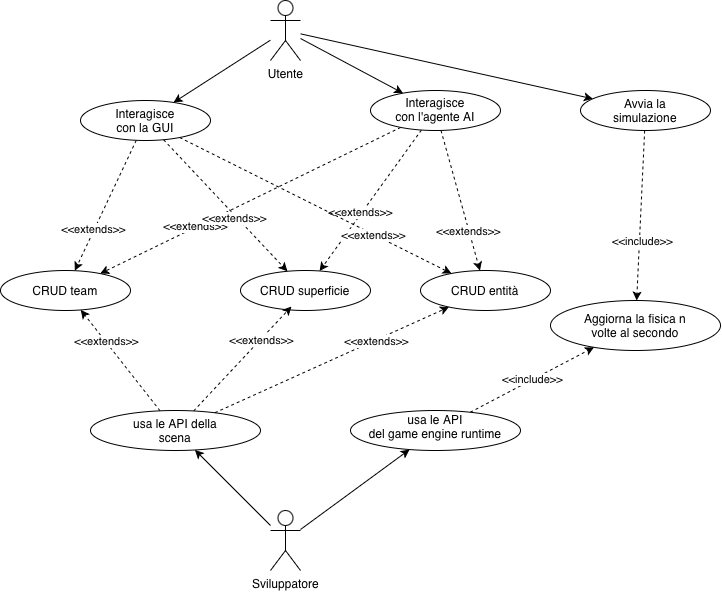
Caffeine-And-Code/PPS-26-monad-core keeps this draw.io diagram as docs/assets/monad_core_use_case_diagram.drawio.png. Above is the earlier version. Source tidied: cells renumbered, new cells last; positions are measured from the earlier drawing's top-left corner, leaving out a move shared by most shapes.
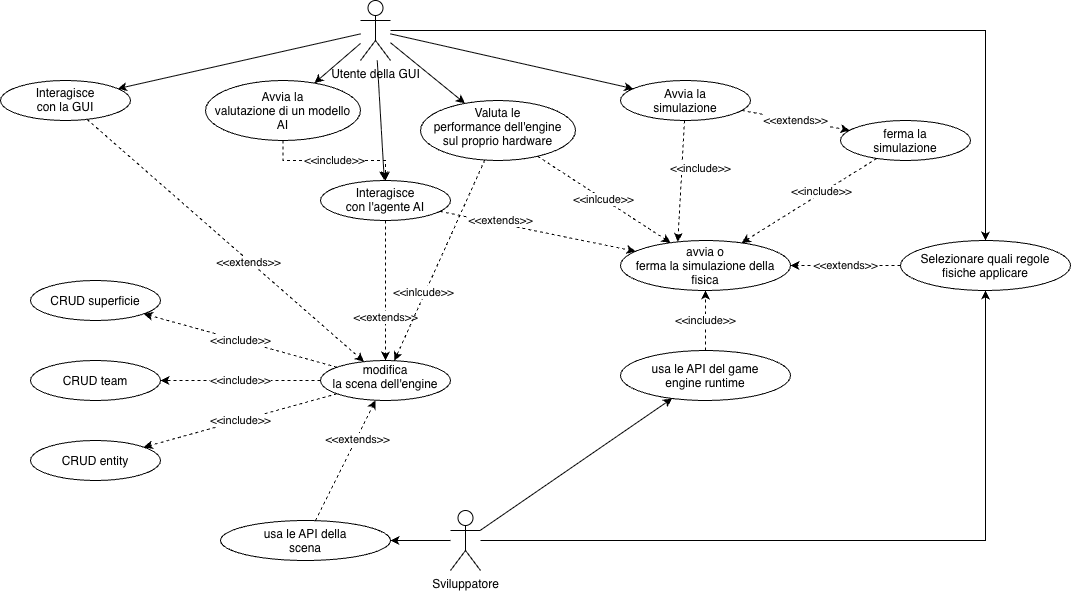
Later version of the same file.

Diff of the diagram source:
```diff
@@ -11,68 +11,57 @@
     <mxCell id="4" style="rounded=0;jettySize=auto;html=1;" parent="1" edge="1" source="5" target="25">
       <mxGeometry relative="1" as="geometry" />
     </mxCell>
+    <mxCell id="39" style="rounded=0;jettySize=auto;html=1;" parent="1" edge="1" source="5" target="47">
+      <mxGeometry relative="1" as="geometry" />
+    </mxCell>
+    <mxCell id="40" style="rounded=0;jettySize=auto;html=1;" parent="1" edge="1" source="5" target="45">
+      <mxGeometry relative="1" as="geometry" />
+    </mxCell>
+    <mxCell id="41" style="edgeStyle=orthogonalEdgeStyle;rounded=0;jettySize=auto;html=1;" parent="1" edge="1" source="5" target="55">
+      <mxGeometry relative="1" as="geometry" />
+    </mxCell>
-    <mxCell id="5" value="Utente" style="shape=umlActor;verticalLabelPosition=bottom;verticalAlign=top;html=1;outlineConnect=0;" parent="1" vertex="1">
+    <mxCell id="5" value="Utente della GUI" style="shape=umlActor;verticalLabelPosition=bottom;verticalAlign=top;html=1;outlineConnect=0;" parent="1" vertex="1">
       <mxGeometry x="270" width="30" height="60" as="geometry" />
     </mxCell>
-    <mxCell id="6" style="rounded=0;jettySize=auto;html=1;dashed=1;" parent="1" edge="1" source="12" target="13">
-      <mxGeometry relative="1" as="geometry" />
-    </mxCell>
-    <mxCell id="7" value="&amp;lt;&amp;lt;extends&amp;gt;&amp;gt;" style="edgeLabel;html=1;align=center;verticalAlign=middle;" parent="6" vertex="1">
-      <mxGeometry x="0.43" y="-1" relative="1" as="geometry" />
-    </mxCell>
-    <mxCell id="8" style="rounded=0;jettySize=auto;html=1;dashed=1;" parent="1" edge="1" source="12" target="14">
-      <mxGeometry relative="1" as="geometry" />
-    </mxCell>
-    <mxCell id="9" value="&amp;lt;&amp;lt;extends&amp;gt;&amp;gt;" style="edgeLabel;html=1;align=center;verticalAlign=middle;" parent="8" vertex="1">
-      <mxGeometry x="0.17" y="-2" relative="1" as="geometry" />
-    </mxCell>
-    <mxCell id="10" style="rounded=0;jettySize=auto;html=1;dashed=1;" parent="1" edge="1" source="12" target="15">
+    <mxCell id="10" style="rounded=0;jettySize=auto;html=1;dashed=1;" parent="1" edge="1" source="12" target="48">
       <mxGeometry relative="1" as="geometry" />
     </mxCell>
     <mxCell id="11" value="&amp;lt;&amp;lt;extends&amp;gt;&amp;gt;" style="edgeLabel;html=1;align=center;verticalAlign=middle;" parent="10" vertex="1">
       <mxGeometry x="0.37" y="-1" relative="1" as="geometry" />
     </mxCell>
+    <mxCell id="42" value="&amp;lt;&amp;lt;extends&amp;gt;&amp;gt;" style="rounded=0;jettySize=auto;html=1;dashed=1;" parent="1" edge="1" source="12" target="36">
+      <mxGeometry x="-0.39" y="3" relative="1" as="geometry" />
+    </mxCell>
     <mxCell id="12" value="Interagisce con l'agente AI" style="ellipse;whiteSpace=wrap;html=1;shapeInside=1;" parent="1" vertex="1">
-      <mxGeometry x="370" y="90" width="130" height="40" as="geometry" />
+      <mxGeometry x="230" y="180" width="130" height="40" as="geometry" />
     </mxCell>
-    <mxCell id="13" value="CRUD&amp;nbsp;entità" style="ellipse;whiteSpace=wrap;html=1;shapeInside=1;" parent="1" vertex="1">
-      <mxGeometry x="420" y="270" width="130" height="40" as="geometry" />
-    </mxCell>
     <mxCell id="14" value="CRUD&amp;nbsp;superficie" style="ellipse;whiteSpace=wrap;html=1;shapeInside=1;" parent="1" vertex="1">
-      <mxGeometry x="240" y="270" width="130" height="40" as="geometry" />
+      <mxGeometry x="-60" y="280" width="130" height="40" as="geometry" />
     </mxCell>
     <mxCell id="15" value="CRUD team" style="ellipse;whiteSpace=wrap;html=1;shapeInside=1;" parent="1" vertex="1">
-      <mxGeometry y="270" width="130" height="40" as="geometry" />
+      <mxGeometry x="-60" y="360" width="130" height="40" as="geometry" />
     </mxCell>
-    <mxCell id="16" style="rounded=0;jettySize=auto;html=1;dashed=1;" parent="1" edge="1" source="22" target="13">
-      <mxGeometry relative="1" as="geometry" />
-    </mxCell>
-    <mxCell id="17" value="&amp;lt;&amp;lt;extends&amp;gt;&amp;gt;" style="edgeLabel;html=1;align=center;verticalAlign=middle;" parent="16" vertex="1">
-      <mxGeometry x="0.43" y="-1" relative="1" as="geometry" />
-    </mxCell>
-    <mxCell id="18" style="rounded=0;jettySize=auto;html=1;dashed=1;" parent="1" edge="1" source="22" target="14">
+    <mxCell id="18" style="rounded=0;jettySize=auto;html=1;dashed=1;" parent="1" edge="1" source="22" target="48">
       <mxGeometry relative="1" as="geometry" />
     </mxCell>
     <mxCell id="19" value="&amp;lt;&amp;lt;extends&amp;gt;&amp;gt;" style="edgeLabel;html=1;align=center;verticalAlign=middle;" parent="18" vertex="1">
       <mxGeometry x="0.17" y="-2" relative="1" as="geometry" />
     </mxCell>
-    <mxCell id="20" style="rounded=0;jettySize=auto;html=1;dashed=1;" parent="1" edge="1" source="22" target="15">
-      <mxGeometry relative="1" as="geometry" />
-    </mxCell>
-    <mxCell id="21" value="&amp;lt;&amp;lt;extends&amp;gt;&amp;gt;" style="edgeLabel;html=1;align=center;verticalAlign=middle;" parent="20" vertex="1">
-      <mxGeometry x="0.37" y="-1" relative="1" as="geometry" />
-    </mxCell>
     <mxCell id="22" value="Interagisce con la GUI" style="ellipse;whiteSpace=wrap;html=1;shapeInside=1;" parent="1" vertex="1">
-      <mxGeometry x="80" y="100" width="130" height="40" as="geometry" />
+      <mxGeometry x="-90" y="80" width="130" height="40" as="geometry" />
     </mxCell>
-    <mxCell id="23" style="rounded=0;jettySize=auto;html=1;dashed=1;" parent="1" edge="1" source="25" target="36">
-      <mxGeometry relative="1" as="geometry" />
+    <mxCell id="23" style="rounded=0;jettySize=auto;html=1;dashed=1;" parent="1" edge="1" source="25">
+      <mxGeometry relative="1" as="geometry">
+        <mxPoint x="587.3" y="241.4" as="targetPoint" />
+      </mxGeometry>
     </mxCell>
     <mxCell id="24" value="&amp;lt;&amp;lt;include&amp;gt;&amp;gt;" style="edgeLabel;html=1;align=center;verticalAlign=middle;" parent="23" vertex="1">
-      <mxGeometry x="0.29" y="3" relative="1" as="geometry" />
+      <mxGeometry x="0.29" y="3" relative="1" as="geometry">
+        <mxPoint x="17" y="-32" as="offset" />
+      </mxGeometry>
     </mxCell>
     <mxCell id="25" value="Avvia la simulazione" style="ellipse;whiteSpace=wrap;html=1;shapeInside=1;" parent="1" vertex="1">
-      <mxGeometry x="580" y="90" width="130" height="40" as="geometry" />
+      <mxGeometry x="530" y="80" width="130" height="40" as="geometry" />
     </mxCell>
     <mxCell id="26" style="rounded=0;jettySize=auto;html=1;" parent="1" edge="1" source="28" target="29">
       <mxGeometry relative="1" as="geometry" />
@@ -80,38 +69,79 @@
     <mxCell id="27" style="rounded=0;jettySize=auto;html=1;" parent="1" edge="1" source="28" target="38">
       <mxGeometry relative="1" as="geometry" />
     </mxCell>
+    <mxCell id="43" style="edgeStyle=orthogonalEdgeStyle;rounded=0;jettySize=auto;html=1;" parent="1" edge="1" source="28" target="55">
+      <mxGeometry relative="1" as="geometry" />
+    </mxCell>
     <mxCell id="28" value="Sviluppatore" style="shape=umlActor;verticalLabelPosition=bottom;verticalAlign=top;html=1;outlineConnect=0;" parent="1" vertex="1">
-      <mxGeometry x="270" y="510" width="30" height="60" as="geometry" />
+      <mxGeometry x="360" y="510" width="30" height="60" as="geometry" />
     </mxCell>
     <mxCell id="29" value="usa le API della scena" style="ellipse;whiteSpace=wrap;html=1;shapeInside=1;" parent="1" vertex="1">
-      <mxGeometry x="90" y="410" width="170" height="40" as="geometry" />
+      <mxGeometry x="130" y="520" width="170" height="40" as="geometry" />
     </mxCell>
-    <mxCell id="30" style="rounded=0;jettySize=auto;html=1;dashed=1;" parent="1" edge="1" source="29" target="15">
+    <mxCell id="30" style="rounded=0;jettySize=auto;html=1;dashed=1;" parent="1" edge="1" source="29" target="48">
       <mxGeometry relative="1" as="geometry" />
     </mxCell>
     <mxCell id="31" value="&amp;lt;&amp;lt;extends&amp;gt;&amp;gt;" style="edgeLabel;html=1;align=center;verticalAlign=middle;" parent="30" vertex="1">
       <mxGeometry x="0.37" y="-1" relative="1" as="geometry" />
     </mxCell>
-    <mxCell id="32" style="rounded=0;jettySize=auto;html=1;dashed=1;entryX=0.392;entryY=0.9;entryDx=0;entryDy=0;entryPerimeter=0;" parent="1" edge="1" source="29" target="14">
-      <mxGeometry relative="1" as="geometry" />
-    </mxCell>
-    <mxCell id="33" value="&amp;lt;&amp;lt;extends&amp;gt;&amp;gt;" style="edgeLabel;html=1;align=center;verticalAlign=middle;" parent="32" vertex="1">
-      <mxGeometry x="0.37" y="-1" relative="1" as="geometry" />
-    </mxCell>
-    <mxCell id="34" style="rounded=0;jettySize=auto;html=1;dashed=1;" parent="1" edge="1" source="29" target="13">
-      <mxGeometry relative="1" as="geometry" />
-    </mxCell>
-    <mxCell id="35" value="&amp;lt;&amp;lt;extends&amp;gt;&amp;gt;" style="edgeLabel;html=1;align=center;verticalAlign=middle;" parent="34" vertex="1">
-      <mxGeometry x="0.37" y="-1" relative="1" as="geometry" />
-    </mxCell>
-    <mxCell id="36" value="Aggiorna la fisica n volte al secondo" style="ellipse;whiteSpace=wrap;html=1;shapeInside=1;" parent="1" vertex="1">
-      <mxGeometry x="550" y="300" width="170" height="50" as="geometry" />
+    <mxCell id="36" value="avvia o ferma la simulazione della fisica" style="ellipse;whiteSpace=wrap;html=1;shapeInside=1;" parent="1" vertex="1">
+      <mxGeometry x="530" y="240" width="170" height="50" as="geometry" />
     </mxCell>
     <mxCell id="37" value="&amp;lt;&amp;lt;include&amp;gt;&amp;gt;" style="rounded=0;jettySize=auto;html=1;dashed=1;" parent="1" edge="1" source="38" target="36">
       <mxGeometry relative="1" as="geometry" />
     </mxCell>
     <mxCell id="38" value="usa le API del game engine runtime" style="ellipse;whiteSpace=wrap;html=1;shapeInside=1;" parent="1" vertex="1">
-      <mxGeometry x="350" y="410" width="170" height="40" as="geometry" />
+      <mxGeometry x="530" y="350" width="170" height="50" as="geometry" />
     </mxCell>
+    <mxCell id="44" value="&amp;lt;&amp;lt;include&amp;gt;&amp;gt;" style="edgeStyle=orthogonalEdgeStyle;rounded=0;jettySize=auto;html=1;dashed=1;" parent="1" edge="1" source="45" target="12">
+      <mxGeometry relative="1" as="geometry" />
+    </mxCell>
+    <mxCell id="45" value="Avvia la valutazione di un modello AI" style="ellipse;whiteSpace=wrap;html=1;shapeInside=1;" parent="1" vertex="1">
+      <mxGeometry x="115" y="80" width="155" height="60" as="geometry" />
+    </mxCell>
+    <mxCell id="46" value="&amp;lt;&amp;lt;inlcude&amp;gt;&amp;gt;" style="rounded=0;jettySize=auto;html=1;dashed=1;" parent="1" edge="1" source="47" target="36">
+      <mxGeometry relative="1" as="geometry" />
+    </mxCell>
+    <mxCell id="47" value="Valuta le performance dell'engine sul proprio hardware" style="ellipse;whiteSpace=wrap;html=1;shapeInside=1;" parent="1" vertex="1">
+      <mxGeometry x="330" y="100" width="155" height="60" as="geometry" />
+    </mxCell>
+    <mxCell id="48" value="modifica la scena dell'engine" style="ellipse;whiteSpace=wrap;html=1;shapeInside=1;" parent="1" vertex="1">
+      <mxGeometry x="230" y="360" width="130" height="40" as="geometry" />
+    </mxCell>
+    <mxCell id="49" value="CRUD entity" style="ellipse;whiteSpace=wrap;html=1;shapeInside=1;" parent="1" vertex="1">
+      <mxGeometry x="-60" y="440" width="130" height="40" as="geometry" />
+    </mxCell>
+    <mxCell id="50" value="&amp;lt;&amp;lt;include&amp;gt;&amp;gt;" style="rounded=0;jettySize=auto;html=1;dashed=1;" parent="1" edge="1" source="48" target="14">
+      <mxGeometry relative="1" as="geometry" />
+    </mxCell>
+    <mxCell id="51" value="&amp;lt;&amp;lt;include&amp;gt;&amp;gt;" style="rounded=0;jettySize=auto;html=1;dashed=1;" parent="1" edge="1" source="48" target="49">
+      <mxGeometry x="-0.01" relative="1" as="geometry" />
+    </mxCell>
+    <mxCell id="52" value="&amp;lt;&amp;lt;include&amp;gt;&amp;gt;" style="rounded=0;jettySize=auto;html=1;dashed=1;" parent="1" edge="1" source="48" target="15">
+      <mxGeometry relative="1" as="geometry" />
+    </mxCell>
+    <mxCell id="53" value="&amp;lt;&amp;lt;inlcude&amp;gt;&amp;gt;" style="rounded=0;jettySize=auto;html=1;dashed=1;" parent="1" edge="1" source="47" target="48">
+      <mxGeometry x="0.33" y="-1" relative="1" as="geometry" />
+    </mxCell>
+    <mxCell id="54" value="&amp;lt;&amp;lt;extends&amp;gt;&amp;gt;" style="edgeStyle=orthogonalEdgeStyle;rounded=0;jettySize=auto;html=1;dashed=1;" parent="1" edge="1" source="55" target="36">
+      <mxGeometry x="0.01" relative="1" as="geometry" />
+    </mxCell>
+    <mxCell id="55" value="Selezionare quali regole fisiche applicare" style="ellipse;whiteSpace=wrap;html=1;shapeInside=1;" parent="1" vertex="1">
+      <mxGeometry x="810" y="240" width="170" height="50" as="geometry" />
+    </mxCell>
+    <mxCell id="56" value="ferma la simulazione" style="ellipse;whiteSpace=wrap;html=1;shapeInside=1;" parent="1" vertex="1">
+      <mxGeometry x="750" y="120" width="130" height="40" as="geometry" />
+    </mxCell>
+    <mxCell id="57" value="&amp;lt;&amp;lt;extends&amp;gt;&amp;gt;" style="rounded=0;jettySize=auto;html=1;dashed=1;" parent="1" edge="1" source="25" target="56">
+      <mxGeometry relative="1" as="geometry" />
+    </mxCell>
+    <mxCell id="58" style="rounded=0;jettySize=auto;html=1;dashed=1;" parent="1" edge="1" source="56" target="36">
+      <mxGeometry relative="1" as="geometry" />
+    </mxCell>
+    <mxCell id="59" value="&amp;lt;&amp;lt;include&amp;gt;&amp;gt;" style="edgeLabel;html=1;align=center;verticalAlign=middle;" parent="58" vertex="1">
+      <mxGeometry x="0.29" y="3" relative="1" as="geometry">
+        <mxPoint x="30" y="-25" as="offset" />
+      </mxGeometry>
+    </mxCell>
   </root>
 </mxGraphModel>
```
